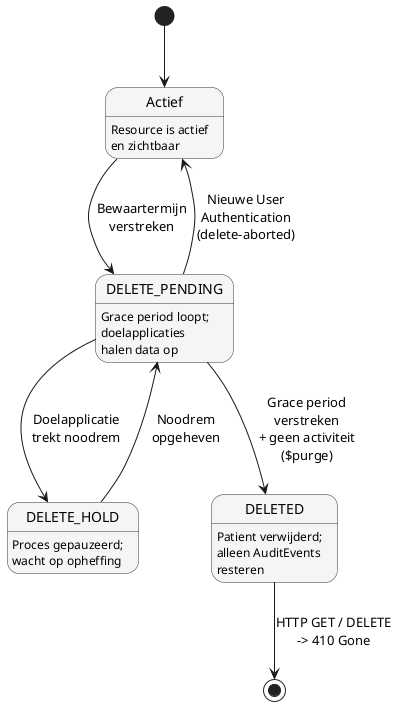
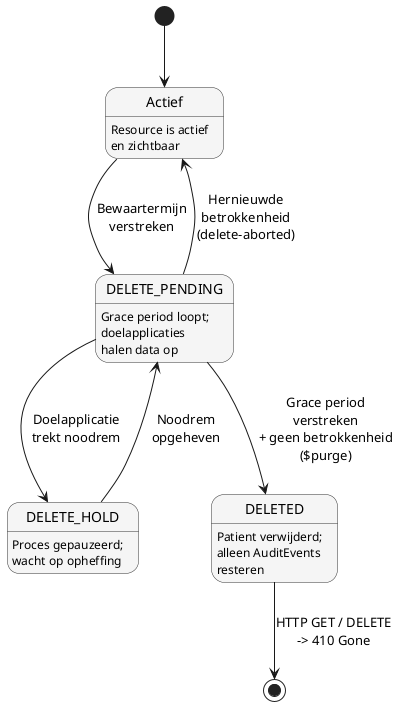
@startuml archivering-tag-lifecycle

skinparam state {
  BackgroundColor #f5f5f5
  BorderColor #333333
}

[*] --> Actief

Actief : Resource is actief\nen zichtbaar

Actief --> DELETE_PENDING : Bewaartermijn\nverstreken

DELETE_PENDING : Grace period loopt;\ndoelapplicaties\nhalen data op
DELETE_PENDING --> DELETE_HOLD : Doelapplicatie\ntrekt noodrem
- DELETE_PENDING --> Actief : Nieuwe User\nAuthentication\n(delete-aborted)
- DELETE_PENDING --> DELETED : Grace period\nverstreken\n+ geen activiteit\n($purge)
+ DELETE_PENDING --> Actief : Hernieuwde\nbetrokkenheid\n(delete-aborted)
+ DELETE_PENDING --> DELETED : Grace period\nverstreken\n+ geen betrokkenheid\n($purge)

DELETE_HOLD : Proces gepauzeerd;\nwacht op opheffing
DELETE_HOLD --> DELETE_PENDING : Noodrem\nopgeheven

DELETED : Patient verwijderd;\nalleen AuditEvents\nresteren
DELETED --> [*] : HTTP GET / DELETE\n-> 410 Gone

@enduml
